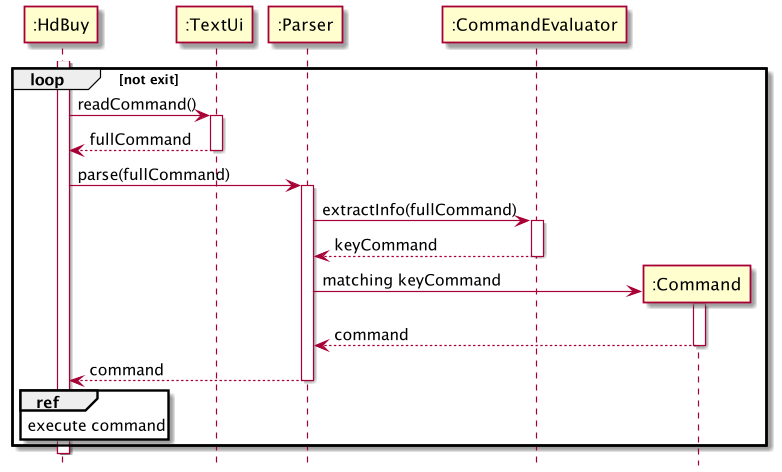
The PlantUML diagram docs/diagrams/ParserSequence.png in nus-cs2113-AY2021S1/tp, before a commit.
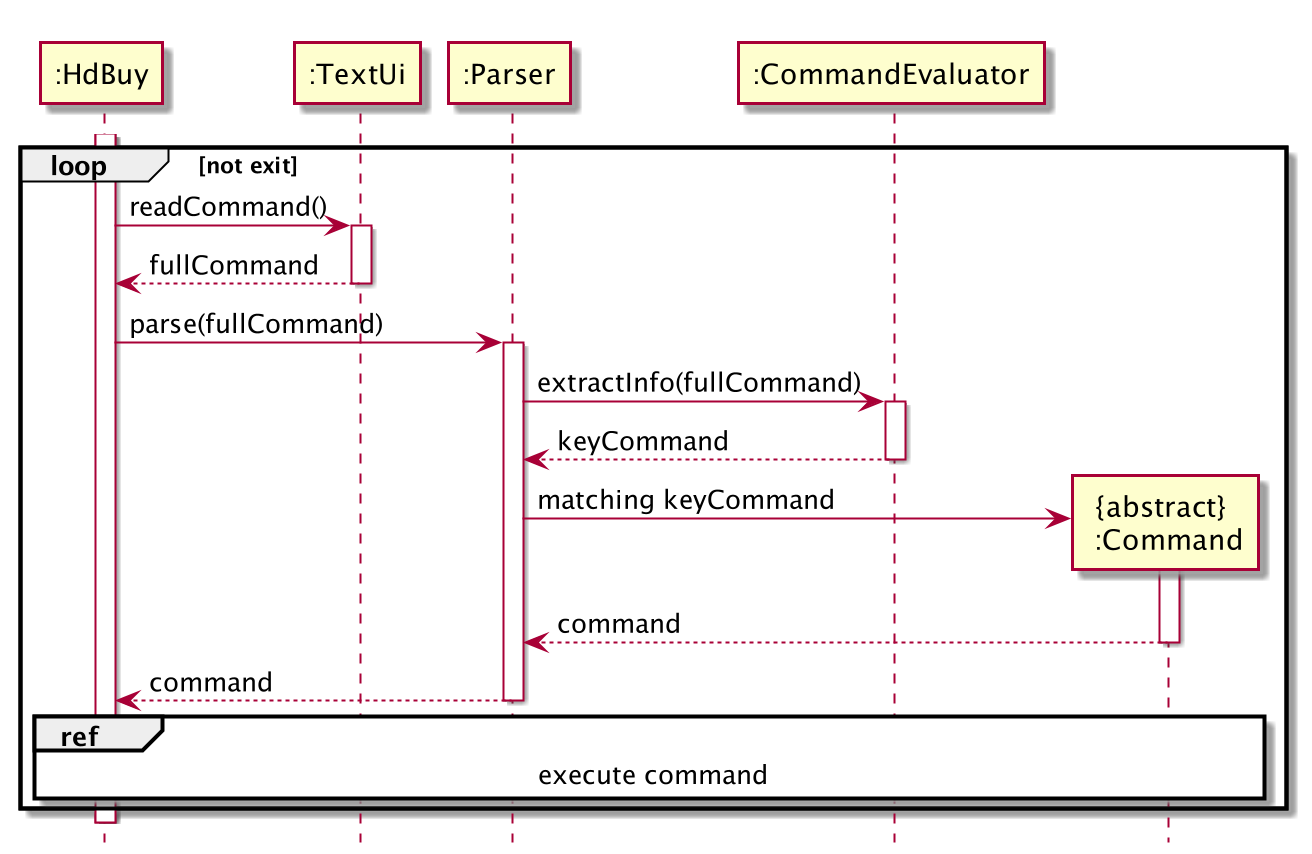
Later version of the same file.

Diff of the diagram source:
```diff
@@ -14,14 +14,14 @@
     activate ":CommandEvaluator"
     ":Parser" <-- ":CommandEvaluator": keyCommand
     deactivate ":CommandEvaluator"
-    create ":Command"
-            ":Parser" -> ":Command": matching keyCommand
-            activate ":Command"
-            ":Parser" <-- ":Command": command
+    create "{abstract} \n :Command"
+            ":Parser" -> "{abstract} \n :Command": matching keyCommand
+            activate "{abstract} \n :Command"
+            ":Parser" <-- "{abstract} \n :Command": command
             deactivate
             ":HdBuy" <-- ":Parser": command
             deactivate ":Parser"
-            ref over ":HdBuy": execute command
+            ref over ":HdBuy", "{abstract} \n :Command": execute command
 end
 deactivate ":HdBuy"
 @enduml
```
